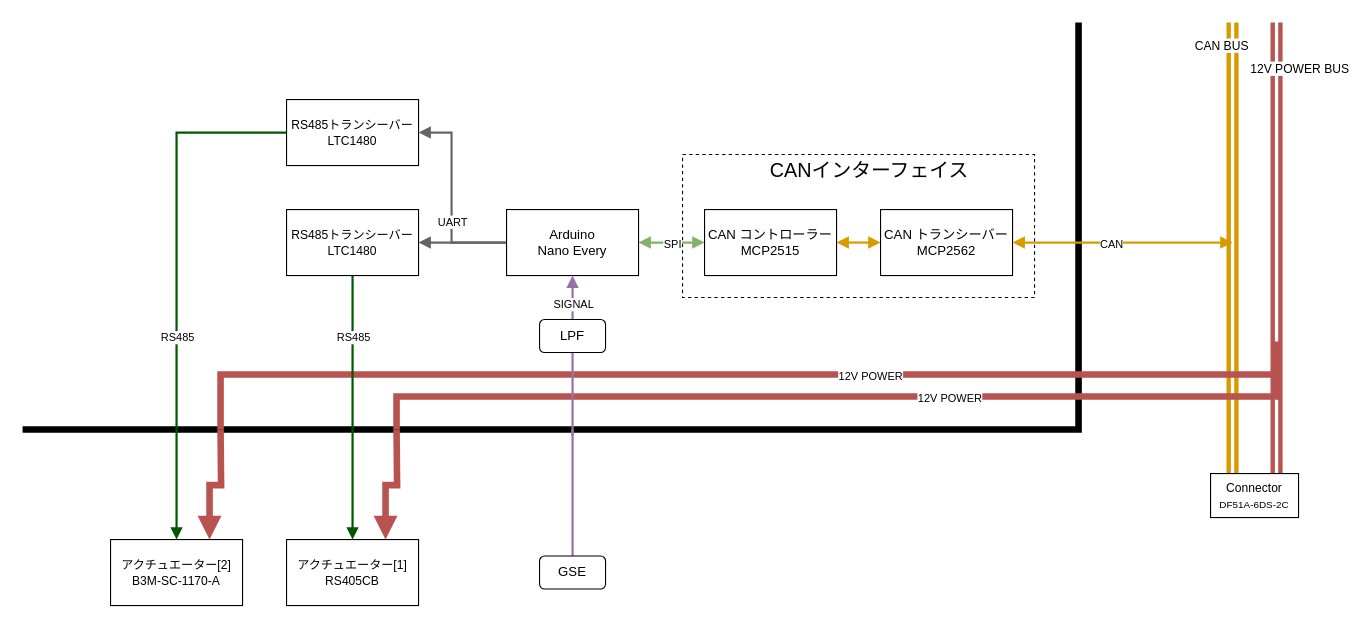
tokai-student-rocket-project/H-58-Avionics keeps this draw.io diagram as Documents/Reports/Drawio/ValveSystem_BlockDiagram.drawio. Above is the earlier version. Source tidied: cells renumbered, new cells numbered last; positions are measured from the earlier drawing's top-left corner, leaving out a move shared by most shapes. Both pictures are drawn from the tidied source at 110%, with x=0, y=0 at pixel (22, 22).
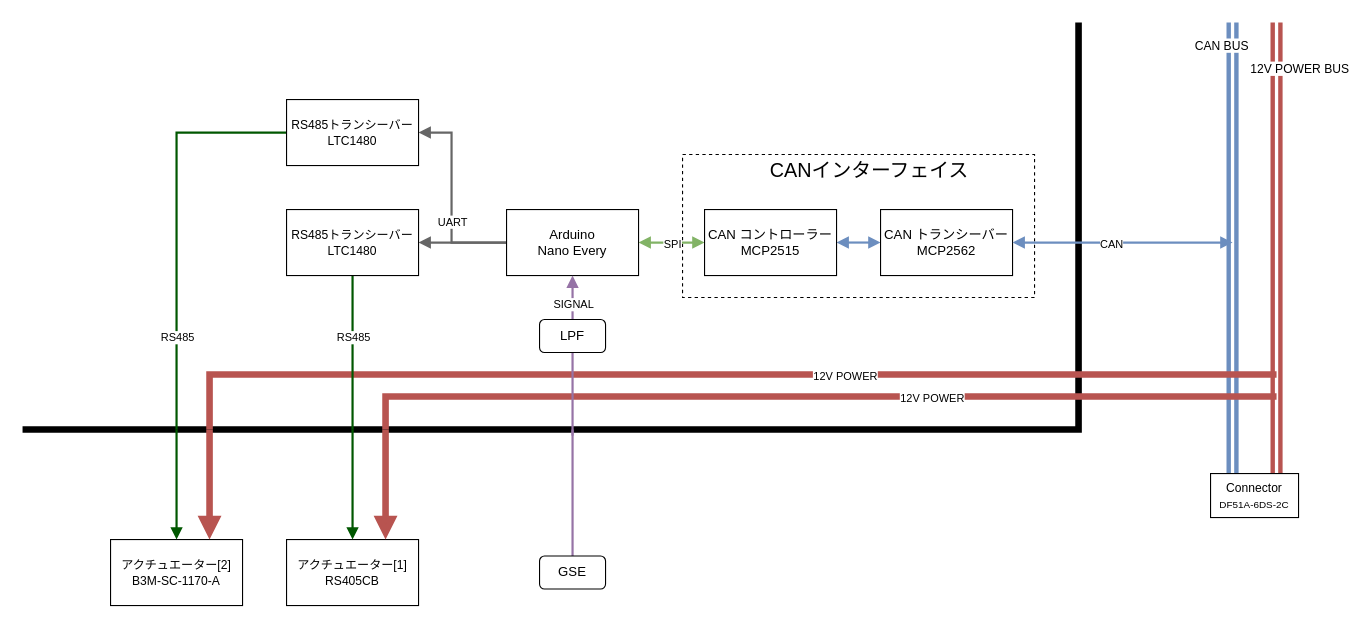
The same page after the edit.

Commit message (it also covers changes not shown here):
修正したバルブシステムのブロック図を追加

Unchanged cells that the change refers to:
```xml
<mxCell id="20" value="CAN コントローラー&lt;br&gt;MCP2515" style="whiteSpace=wrap;html=1;" parent="1" vertex="1">
  <mxGeometry x="620" y="170" width="120" height="60" as="geometry" />
</mxCell>
<mxCell id="21" value="CAN トランシーバー&lt;br&gt;MCP2562" style="whiteSpace=wrap;html=1;" parent="1" vertex="1">
  <mxGeometry x="780" y="170" width="120" height="60" as="geometry" />
</mxCell>
<mxCell id="29" value="&lt;font style=&quot;font-size: 11px;&quot;&gt;アクチュエーター[2]&lt;br&gt;B3M-SC-1170-A&lt;br&gt;&lt;/font&gt;" style="whiteSpace=wrap;html=1;" parent="1" vertex="1">
  <mxGeometry x="80" y="470" width="120" height="60" as="geometry" />
</mxCell>
<mxCell id="30" value="&lt;font style=&quot;font-size: 11px;&quot;&gt;アクチュエーター[1]&lt;br&gt;RS405CB&lt;br&gt;&lt;/font&gt;" style="whiteSpace=wrap;html=1;" parent="1" vertex="1">
  <mxGeometry x="240" y="470" width="120" height="60" as="geometry" />
</mxCell>
```

The edit, as a diff of the source:
```diff
@@
-    <mxCell id="2" style="edgeStyle=none;orthogonalLoop=1;jettySize=auto;html=1;shape=link;strokeWidth=4;fillColor=#ffe6cc;strokeColor=#d79b00;" parent="1" edge="1">
+    <mxCell id="2" style="edgeStyle=none;orthogonalLoop=1;jettySize=auto;html=1;shape=link;strokeWidth=4;fillColor=#dae8fc;strokeColor=#6c8ebf;" parent="1" edge="1">
       <mxGeometry relative="1" as="geometry">
         <mxPoint x="1100" y="410" as="sourcePoint" />
         <mxPoint x="1100" as="targetPoint" />
       </mxGeometry>
     </mxCell>
@@
     <mxCell id="5" style="edgeStyle=orthogonalEdgeStyle;rounded=0;orthogonalLoop=1;jettySize=auto;html=1;endArrow=none;endFill=0;fillColor=#f8cecc;strokeColor=#b85450;strokeWidth=6;startArrow=none;startFill=0;" parent="1" edge="1">
       <mxGeometry relative="1" as="geometry">
-        <mxPoint x="180" y="370" as="sourcePoint" />
-        <mxPoint x="1140" y="290" as="targetPoint" />
+        <mxPoint x="170" y="370" as="sourcePoint" />
+        <mxPoint x="1140" y="320" as="targetPoint" />
         <Array as="points">
-          <mxPoint x="180" y="320" />
-          <mxPoint x="1140" y="320" />
+          <mxPoint x="170" y="320" />
+          <mxPoint x="1130" y="320" />
         </Array>
       </mxGeometry>
     </mxCell>
@@
     <mxCell id="9" style="edgeStyle=orthogonalEdgeStyle;rounded=0;orthogonalLoop=1;jettySize=auto;html=1;endArrow=none;endFill=0;fillColor=#f8cecc;strokeColor=#b85450;strokeWidth=6;startArrow=none;startFill=0;" parent="1" edge="1">
       <mxGeometry relative="1" as="geometry">
-        <mxPoint x="340" y="370" as="sourcePoint" />
-        <mxPoint x="1140" y="320" as="targetPoint" />
+        <mxPoint x="330" y="370" as="sourcePoint" />
+        <mxPoint x="1140" y="340" as="targetPoint" />
         <Array as="points">
-          <mxPoint x="340" y="340" />
-          <mxPoint x="1140" y="340" />
+          <mxPoint x="330" y="370" />
+          <mxPoint x="330" y="340" />
         </Array>
       </mxGeometry>
     </mxCell>
@@
-    <mxCell id="19" style="edgeStyle=none;html=1;entryX=0;entryY=0.5;entryDx=0;entryDy=0;strokeWidth=2;endArrow=block;endFill=1;fillColor=#ffe6cc;strokeColor=#d79b00;startArrow=block;startFill=1;" parent="1" edge="1" source="20" target="21">
+    <mxCell id="19" style="edgeStyle=none;html=1;entryX=0;entryY=0.5;entryDx=0;entryDy=0;strokeWidth=2;endArrow=block;endFill=1;fillColor=#dae8fc;strokeColor=#6c8ebf;startArrow=block;startFill=1;" parent="1" edge="1" source="20" target="21">
       <mxGeometry relative="1" as="geometry" />
     </mxCell>
@@
-    <mxCell id="32" style="edgeStyle=orthogonalEdgeStyle;html=1;exitX=0.75;exitY=1;exitDx=0;exitDy=0;entryX=0.75;entryY=0;entryDx=0;entryDy=0;strokeWidth=6;endArrow=block;endFill=1;fillColor=#f8cecc;strokeColor=#b85450;rounded=0;" parent="1" edge="1" target="29">
+    <mxCell id="32" style="edgeStyle=orthogonalEdgeStyle;html=1;entryX=0.75;entryY=0;entryDx=0;entryDy=0;strokeWidth=6;endArrow=block;endFill=1;fillColor=#f8cecc;strokeColor=#b85450;rounded=0;" parent="1" edge="1" target="29">
       <mxGeometry relative="1" as="geometry">
-        <mxPoint x="180" y="370" as="sourcePoint" />
+        <mxPoint x="170" y="370" as="sourcePoint" />
+        <Array as="points">
+          <mxPoint x="170" y="370" />
+        </Array>
       </mxGeometry>
     </mxCell>
@@
-    <mxCell id="34" style="edgeStyle=orthogonalEdgeStyle;html=1;exitX=0.75;exitY=1;exitDx=0;exitDy=0;strokeWidth=6;endArrow=block;endFill=1;fillColor=#f8cecc;strokeColor=#b85450;entryX=0.75;entryY=0;entryDx=0;entryDy=0;rounded=0;" parent="1" edge="1" target="30">
+    <mxCell id="34" style="edgeStyle=orthogonalEdgeStyle;html=1;strokeWidth=6;endArrow=block;endFill=1;fillColor=#f8cecc;strokeColor=#b85450;entryX=0.75;entryY=0;entryDx=0;entryDy=0;rounded=0;" parent="1" edge="1" target="30">
       <mxGeometry relative="1" as="geometry">
-        <mxPoint x="340" y="370" as="sourcePoint" />
+        <mxPoint x="330" y="370" as="sourcePoint" />
+        <Array as="points">
+          <mxPoint x="330" y="370" />
+        </Array>
       </mxGeometry>
     </mxCell>
@@
-    <mxCell id="38" style="edgeStyle=none;html=1;strokeWidth=2;endArrow=block;endFill=1;fillColor=#ffe6cc;strokeColor=#d79b00;startArrow=block;startFill=1;exitX=1;exitY=0.5;exitDx=0;exitDy=0;" parent="1" edge="1" source="21">
+    <mxCell id="38" style="edgeStyle=none;html=1;strokeWidth=2;endArrow=block;endFill=1;fillColor=#dae8fc;strokeColor=#6c8ebf;startArrow=block;startFill=1;exitX=1;exitY=0.5;exitDx=0;exitDy=0;" parent="1" edge="1" source="21">
       <mxGeometry relative="1" as="geometry">
         <mxPoint x="1100" y="200" as="targetPoint" />
       </mxGeometry>
     </mxCell>
```
